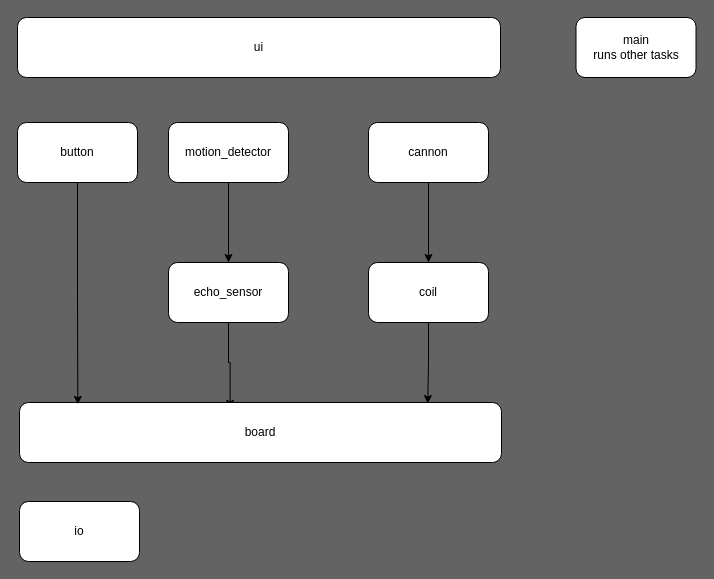
Before: doc/architecture.drawio in catarquaza/ball-shooter, a draw.io diagram. Source tidied: cells renumbered, new cells numbered last; positions are measured from the earlier drawing's top-left corner, leaving out a move shared by most shapes. Both pictures are drawn from the tidied source at 100%, with x=0, y=0 at pixel (17, 17).
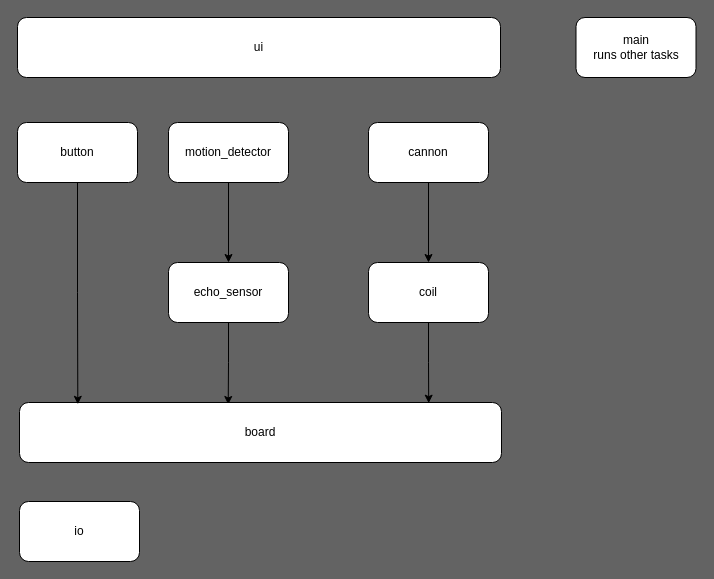
The same page after the edit.

The edit, as a diff of the source:
```diff
@@
 <mxGraphModel background="#636363">
   <root>
     <mxCell id="0" />
     <mxCell id="1" parent="0" />
     <mxCell id="2" value="ui" style="rounded=1;whiteSpace=wrap;html=1;" parent="1" vertex="1">
       <mxGeometry width="483" height="60" as="geometry" />
     </mxCell>
     <mxCell id="3" value="button" style="rounded=1;whiteSpace=wrap;html=1;" parent="1" vertex="1">
       <mxGeometry y="105" width="120" height="60" as="geometry" />
     </mxCell>
     <mxCell id="4" value="motion_detector" style="rounded=1;whiteSpace=wrap;html=1;" parent="1" vertex="1">
       <mxGeometry x="151" y="105" width="120" height="60" as="geometry" />
     </mxCell>
     <mxCell id="5" style="edgeStyle=orthogonalEdgeStyle;rounded=0;jettySize=auto;html=1;" parent="1" edge="1" source="6" target="8">
       <mxGeometry relative="1" as="geometry" />
     </mxCell>
     <mxCell id="6" value="cannon" style="rounded=1;whiteSpace=wrap;html=1;" parent="1" vertex="1">
       <mxGeometry x="351" y="105" width="120" height="60" as="geometry" />
     </mxCell>
-    <mxCell id="7" style="edgeStyle=orthogonalEdgeStyle;rounded=0;jettySize=auto;html=1;entryX=0.847;entryY=0.017;entryDx=0;entryDy=0;entryPerimeter=0;" parent="1" edge="1" source="8" target="11">
+    <mxCell id="7" style="edgeStyle=orthogonalEdgeStyle;rounded=0;jettySize=auto;html=1;entryX=0.849;entryY=0.011;entryDx=0;entryDy=0;entryPerimeter=0;" parent="1" edge="1" source="8" target="11">
       <mxGeometry relative="1" as="geometry" />
     </mxCell>
     <mxCell id="8" value="coil" style="rounded=1;whiteSpace=wrap;html=1;" parent="1" vertex="1">
       <mxGeometry x="351" y="245" width="120" height="60" as="geometry" />
     </mxCell>
-    <mxCell id="9" style="edgeStyle=orthogonalEdgeStyle;rounded=0;jettySize=auto;html=1;entryX=0.437;entryY=0.097;entryDx=0;entryDy=0;entryPerimeter=0;" parent="1" edge="1" source="10" target="11">
+    <mxCell id="9" style="edgeStyle=orthogonalEdgeStyle;rounded=0;jettySize=auto;html=1;entryX=0.433;entryY=0.033;entryDx=0;entryDy=0;entryPerimeter=0;" parent="1" edge="1" source="10" target="11">
       <mxGeometry relative="1" as="geometry" />
     </mxCell>
     <mxCell id="10" value="echo_sensor" style="rounded=1;whiteSpace=wrap;html=1;" parent="1" vertex="1">
       <mxGeometry x="151" y="245" width="120" height="60" as="geometry" />
     </mxCell>
     <mxCell id="11" value="board" style="rounded=1;whiteSpace=wrap;html=1;" parent="1" vertex="1">
       <mxGeometry x="2" y="385" width="482" height="60" as="geometry" />
     </mxCell>
     <mxCell id="12" style="edgeStyle=orthogonalEdgeStyle;rounded=0;jettySize=auto;html=1;" parent="1" edge="1" source="4" target="10">
       <mxGeometry relative="1" as="geometry" />
     </mxCell>
     <mxCell id="13" style="edgeStyle=orthogonalEdgeStyle;rounded=0;jettySize=auto;html=1;entryX=0.121;entryY=0.03;entryDx=0;entryDy=0;entryPerimeter=0;" parent="1" edge="1" source="3" target="11">
       <mxGeometry relative="1" as="geometry" />
     </mxCell>
     <mxCell id="14" value="main&lt;br&gt;runs other tasks" style="rounded=1;whiteSpace=wrap;html=1;" parent="1" vertex="1">
       <mxGeometry x="558.5" width="120" height="60" as="geometry" />
     </mxCell>
     <mxCell id="15" value="io" style="rounded=1;whiteSpace=wrap;html=1;" parent="1" vertex="1">
       <mxGeometry x="2" y="484" width="120" height="60" as="geometry" />
     </mxCell>
   </root>
 </mxGraphModel>
```
